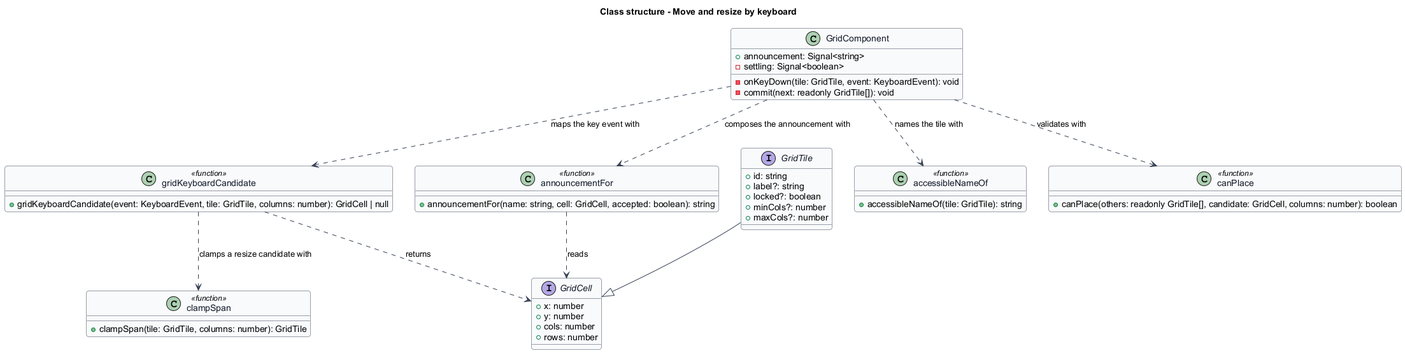
Before: docs/detailed-designs/tile-interaction/move-and-resize-by-keyboard/diagrams/class-structure.png, a diagram exported from PlantUML (QuinntyneBrown/qbc-grid).
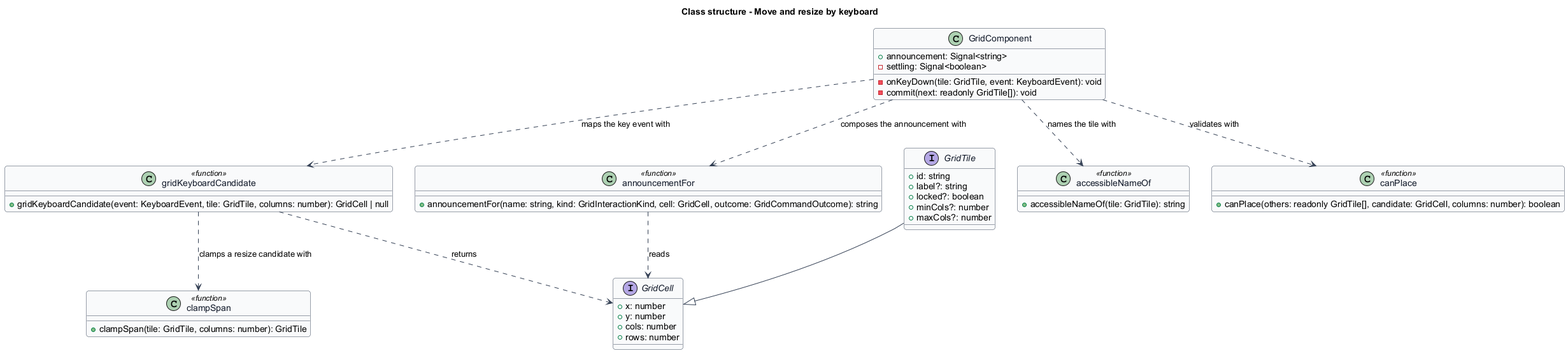
After the change.

Diff of the diagram source:
```diff
@@ -42,7 +42,7 @@
 }
 
 class announcementFor <<function>> {
-  +announcementFor(name: string, cell: GridCell, accepted: boolean): string
+  +announcementFor(name: string, kind: GridInteractionKind, cell: GridCell, outcome: GridCommandOutcome): string
 }
 
 class clampSpan <<function>> {
```
